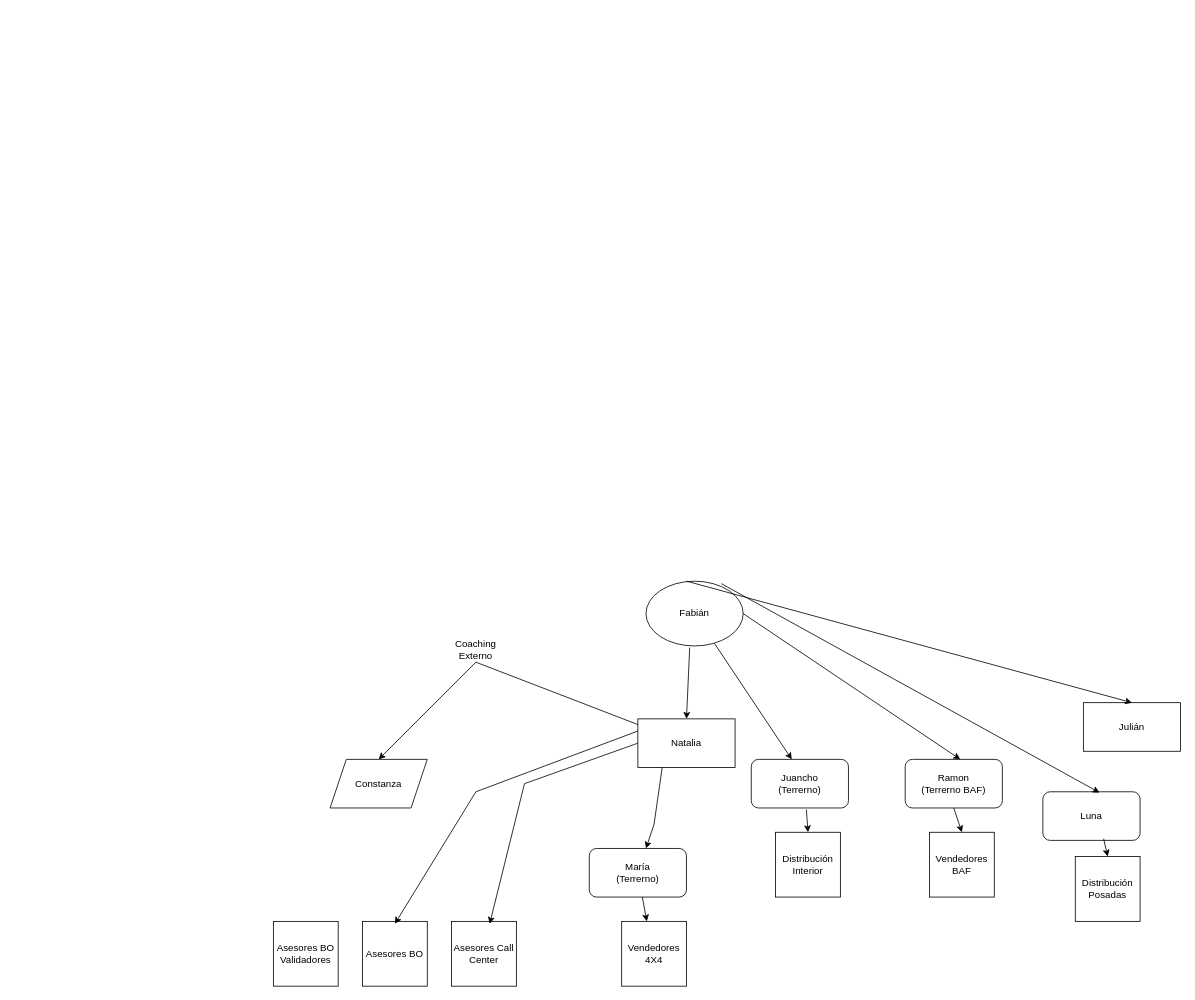
JulianKingSix/Practico-1 keeps this draw.io diagram as page "Página-1" (1 of 2) of Estructura e-cel.drawio. Above is the earlier version. Source tidied: cells renumbered, new cells numbered last; positions are measured from the earlier drawing's top-left corner, leaving out a move shared by most shapes. Both pictures are drawn from the tidied source at 81%, with x=0, y=0 at pixel (273, 581).
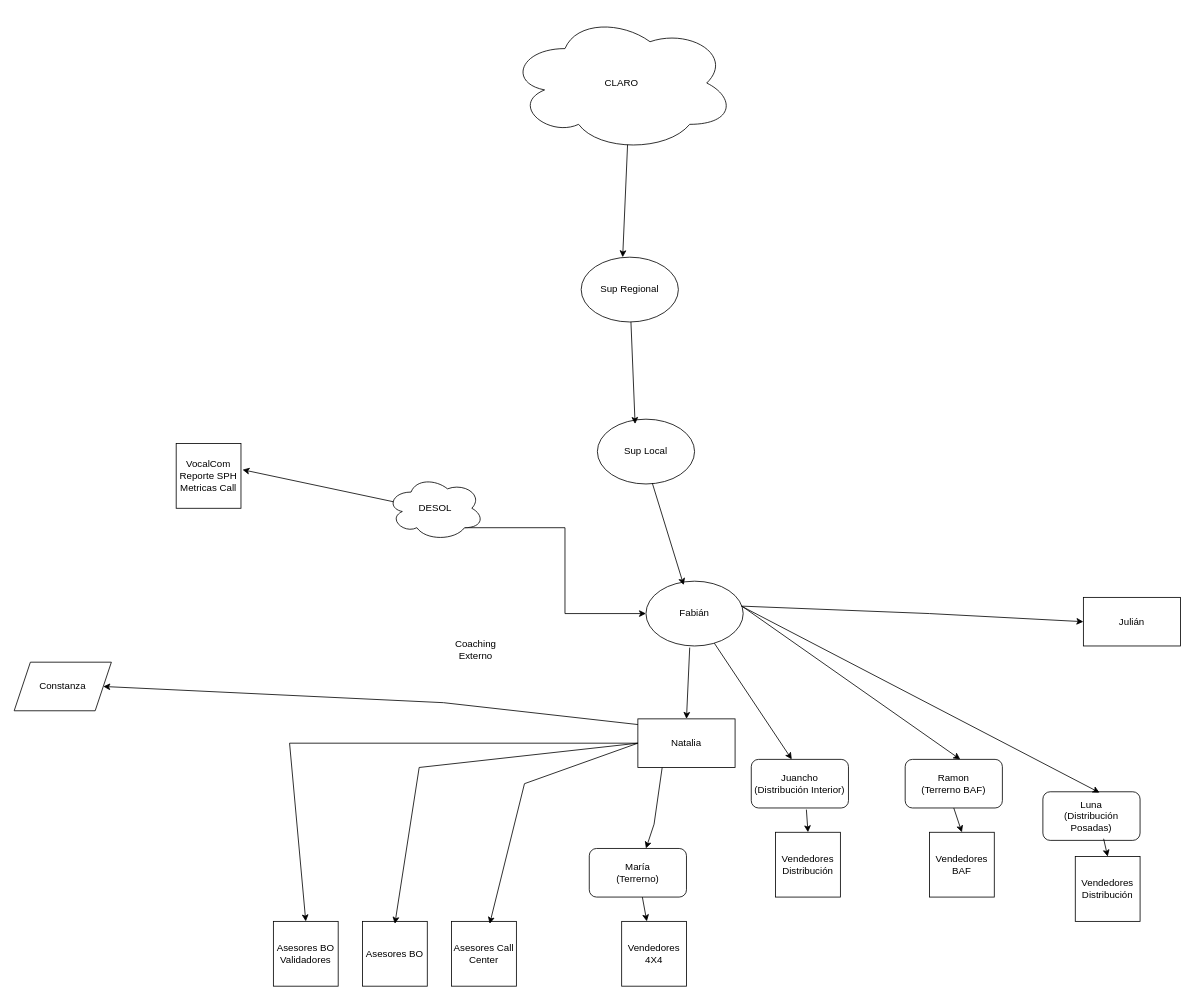
The same diagram, later.

The change refers to these unchanged cells:
```xml
<mxCell id="2" value="Natalia" style="rounded=0;whiteSpace=wrap;html=1;" parent="1" vertex="1">
  <mxGeometry x="450" y="170" width="120" height="60" as="geometry" />
</mxCell>
<mxCell id="21" value="Fabián" style="ellipse;whiteSpace=wrap;html=1;" parent="1" vertex="1">
  <mxGeometry x="460" width="120" height="80" as="geometry" />
</mxCell>
```

What changed in the source:
```diff
@@
-    <mxCell id="4" value="Juancho&lt;div&gt;(Terrerno)&lt;br&gt;&lt;/div&gt;" style="rounded=1;whiteSpace=wrap;html=1;" parent="1" vertex="1">
+    <mxCell id="4" value="Juancho&lt;div&gt;(Distribución Interior)&lt;br&gt;&lt;/div&gt;" style="rounded=1;whiteSpace=wrap;html=1;" parent="1" vertex="1">
       <mxGeometry x="590" y="220" width="120" height="60" as="geometry" />
     </mxCell>
@@
-    <mxCell id="7" value="Distribución Interior" style="whiteSpace=wrap;html=1;" parent="1" vertex="1">
+    <mxCell id="7" value="Vendedores Distribución" style="whiteSpace=wrap;html=1;" parent="1" vertex="1">
       <mxGeometry x="620" y="310" width="80" height="80" as="geometry" />
     </mxCell>
-    <mxCell id="8" value="Luna" style="rounded=1;whiteSpace=wrap;html=1;" parent="1" vertex="1">
+    <mxCell id="8" value="Luna&lt;div&gt;(Distribución Posadas)&lt;br&gt;&lt;/div&gt;" style="rounded=1;whiteSpace=wrap;html=1;" parent="1" vertex="1">
       <mxGeometry x="950" y="260" width="120" height="60" as="geometry" />
     </mxCell>
-    <mxCell id="9" value="Distribución Posadas" style="whiteSpace=wrap;html=1;" parent="1" vertex="1">
+    <mxCell id="9" value="Vendedores Distribución" style="whiteSpace=wrap;html=1;" parent="1" vertex="1">
       <mxGeometry x="990" y="340" width="80" height="80" as="geometry" />
     </mxCell>
@@
-    <mxCell id="15" style="endArrow=classic;html=1;rounded=0;entryX=0.588;entryY=0.038;entryDx=0;entryDy=0;entryPerimeter=0;exitX=0;exitY=0.25;exitDx=0;exitDy=0;" parent="1" edge="1" source="2">
+    <mxCell id="15" style="endArrow=classic;html=1;rounded=0;entryX=0.588;entryY=0.038;entryDx=0;entryDy=0;entryPerimeter=0;exitX=0;exitY=0.5;exitDx=0;exitDy=0;" parent="1" edge="1" source="2">
       <mxGeometry relative="1" as="geometry">
         <mxPoint x="150" y="423" as="targetPoint" />
         <Array as="points">
-          <mxPoint x="250" y="260" />
+          <mxPoint x="180" y="230" />
         </Array>
       </mxGeometry>
     </mxCell>
@@
+    <mxCell id="31" style="edgeStyle=orthogonalEdgeStyle;rounded=0;jettySize=auto;html=1;exitX=0.8;exitY=0.8;exitDx=0;exitDy=0;exitPerimeter=0;entryX=0;entryY=0.5;entryDx=0;entryDy=0;" parent="1" edge="1" source="33" target="21">
+      <mxGeometry relative="1" as="geometry" />
+    </mxCell>
@@
-    <mxCell id="24" style="endArrow=classic;html=1;rounded=0;entryX=0.5;entryY=0;entryDx=0;entryDy=0;exitX=1;exitY=0.5;exitDx=0;exitDy=0;" parent="1" edge="1" source="21">
+    <mxCell id="24" style="endArrow=classic;html=1;rounded=0;entryX=0.5;entryY=0;entryDx=0;entryDy=0;exitX=0.99;exitY=0.388;exitDx=0;exitDy=0;exitPerimeter=0;" parent="1" edge="1" source="21">
       <mxGeometry relative="1" as="geometry">
         <mxPoint x="848" y="220" as="targetPoint" />
       </mxGeometry>
     </mxCell>
-    <mxCell id="25" style="endArrow=classic;html=1;rounded=0;entryX=0.583;entryY=0.017;entryDx=0;entryDy=0;entryPerimeter=0;exitX=0.775;exitY=0.038;exitDx=0;exitDy=0;exitPerimeter=0;" parent="1" edge="1" source="21" target="8">
+    <mxCell id="25" style="endArrow=classic;html=1;rounded=0;entryX=0.583;entryY=0.017;entryDx=0;entryDy=0;entryPerimeter=0;exitX=0.981;exitY=0.385;exitDx=0;exitDy=0;exitPerimeter=0;" parent="1" edge="1" source="21" target="8">
       <mxGeometry relative="1" as="geometry" />
     </mxCell>
-    <mxCell id="26" style="endArrow=classic;html=1;rounded=0;entryX=0.5;entryY=0;entryDx=0;entryDy=0;exitX=0;exitY=0.117;exitDx=0;exitDy=0;exitPerimeter=0;" parent="1" edge="1" source="2">
+    <mxCell id="26" style="endArrow=classic;html=1;rounded=0;entryX=1;entryY=0.5;entryDx=0;entryDy=0;exitX=0;exitY=0.117;exitDx=0;exitDy=0;exitPerimeter=0;" parent="1" edge="1" source="2" target="28">
       <mxGeometry relative="1" as="geometry">
-        <mxPoint x="130" y="220" as="targetPoint" />
         <Array as="points">
-          <mxPoint x="250" y="100" />
+          <mxPoint x="210" y="150" />
         </Array>
       </mxGeometry>
     </mxCell>
@@
     <mxCell id="28" value="Constanza" style="shape=parallelogram;perimeter=parallelogramPerimeter;whiteSpace=wrap;html=1;fixedSize=1;" parent="1" vertex="1">
-      <mxGeometry x="70" y="220" width="120" height="60" as="geometry" />
+      <mxGeometry x="-320" y="100" width="120" height="60" as="geometry" />
     </mxCell>
     <mxCell id="29" value="Julián" style="rounded=0;whiteSpace=wrap;html=1;" parent="1" vertex="1">
-      <mxGeometry x="1000" y="150" width="120" height="60" as="geometry" />
+      <mxGeometry x="1000" y="20" width="120" height="60" as="geometry" />
     </mxCell>
-    <mxCell id="30" style="endArrow=classic;html=1;rounded=0;exitX=0.417;exitY=0;exitDx=0;exitDy=0;exitPerimeter=0;entryX=0.5;entryY=0;entryDx=0;entryDy=0;" parent="1" edge="1" source="21" target="29">
-      <mxGeometry relative="1" as="geometry" />
+    <mxCell id="30" style="endArrow=classic;html=1;rounded=0;exitX=0.983;exitY=0.385;exitDx=0;exitDy=0;exitPerimeter=0;entryX=0;entryY=0.5;entryDx=0;entryDy=0;" parent="1" edge="1" source="21" target="29">
+      <mxGeometry relative="1" as="geometry">
+        <Array as="points">
+          <mxPoint x="810" y="40" />
+        </Array>
+      </mxGeometry>
     </mxCell>
+    <mxCell id="32" style="endArrow=classic;html=1;rounded=0;entryX=0.588;entryY=0.038;entryDx=0;entryDy=0;entryPerimeter=0;exitX=0;exitY=0.5;exitDx=0;exitDy=0;" parent="1" edge="1" source="2">
+      <mxGeometry relative="1" as="geometry">
+        <mxPoint x="40" y="420" as="targetPoint" />
+        <Array as="points">
+          <mxPoint x="20" y="200" />
+        </Array>
+      </mxGeometry>
+    </mxCell>
+    <mxCell id="33" value="DESOL" style="ellipse;shape=cloud;whiteSpace=wrap;html=1;" parent="1" vertex="1">
+      <mxGeometry x="140" y="-130" width="120" height="80" as="geometry" />
+    </mxCell>
+    <mxCell id="34" value="VocalCom&lt;div&gt;Reporte SPH&lt;/div&gt;&lt;div&gt;Metricas Call&lt;/div&gt;" style="whiteSpace=wrap;html=1;" parent="1" vertex="1">
+      <mxGeometry x="-120" y="-170" width="80" height="80" as="geometry" />
+    </mxCell>
+    <mxCell id="35" value="CLARO" style="ellipse;shape=cloud;whiteSpace=wrap;html=1;" parent="1" vertex="1">
+      <mxGeometry x="290" y="-700" width="280" height="170" as="geometry" />
+    </mxCell>
+    <mxCell id="36" value="Sup Regional" style="ellipse;whiteSpace=wrap;html=1;" parent="1" vertex="1">
+      <mxGeometry x="380" y="-400" width="120" height="80" as="geometry" />
+    </mxCell>
+    <mxCell id="37" value="Sup Local" style="ellipse;whiteSpace=wrap;html=1;" parent="1" vertex="1">
+      <mxGeometry x="400" y="-200" width="120" height="80" as="geometry" />
+    </mxCell>
+    <mxCell id="38" style="endArrow=classic;html=1;rounded=0;entryX=0.427;entryY=0.001;entryDx=0;entryDy=0;entryPerimeter=0;exitX=0.526;exitY=0.948;exitDx=0;exitDy=0;exitPerimeter=0;" parent="1" edge="1" source="35" target="36">
+      <mxGeometry relative="1" as="geometry" />
+    </mxCell>
+    <mxCell id="39" style="endArrow=classic;html=1;rounded=0;entryX=0.388;entryY=0.074;entryDx=0;entryDy=0;entryPerimeter=0;" parent="1" edge="1" source="36" target="37">
+      <mxGeometry relative="1" as="geometry" />
+    </mxCell>
+    <mxCell id="40" style="endArrow=classic;html=1;rounded=0;entryX=0.388;entryY=0.06;entryDx=0;entryDy=0;entryPerimeter=0;exitX=0.565;exitY=0.986;exitDx=0;exitDy=0;exitPerimeter=0;" parent="1" edge="1" source="37" target="21">
+      <mxGeometry relative="1" as="geometry" />
+    </mxCell>
+    <mxCell id="41" style="endArrow=classic;html=1;rounded=0;entryX=1.024;entryY=0.405;entryDx=0;entryDy=0;entryPerimeter=0;exitX=0.07;exitY=0.4;exitDx=0;exitDy=0;exitPerimeter=0;" parent="1" edge="1" source="33" target="34">
+      <mxGeometry relative="1" as="geometry" />
+    </mxCell>
```
